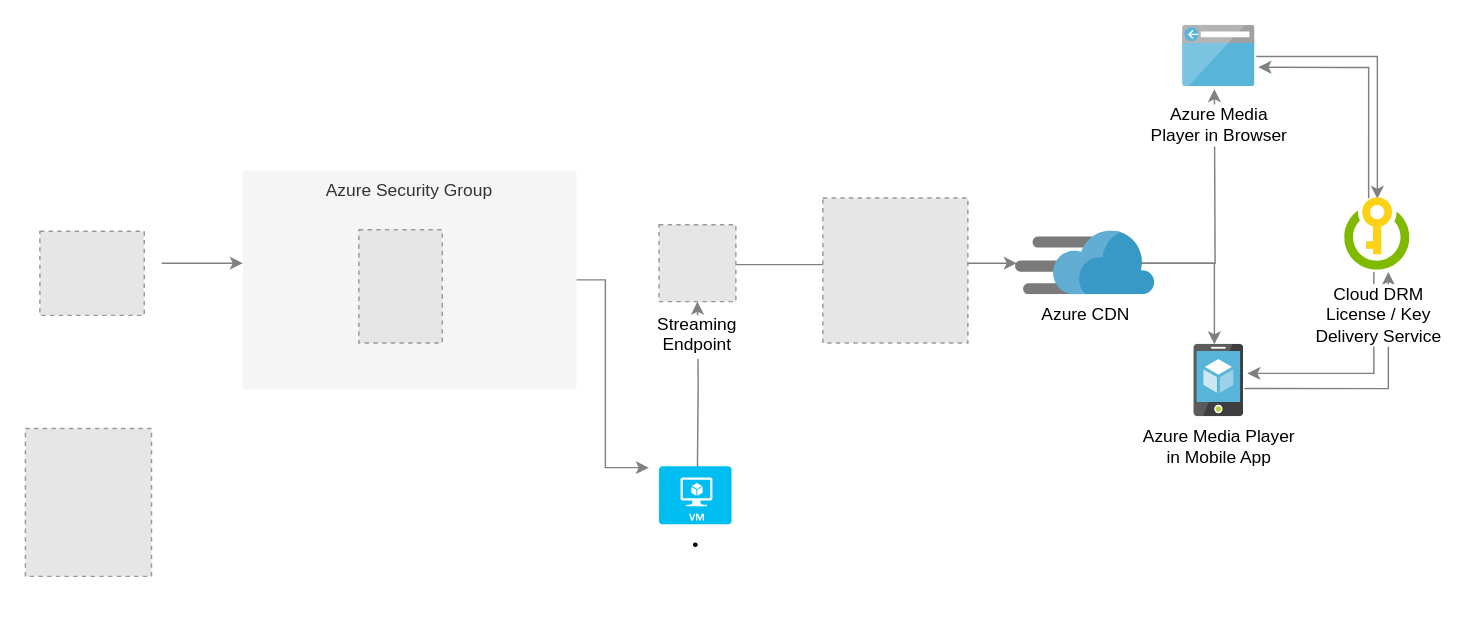
The draw.io diagram Untitled Diagram.drawio in yanalxy/yana, before the edit. Source tidied: cells renumbered, new cells numbered last; positions are measured from the earlier drawing's top-left corner, leaving out a move shared by most shapes. Both pictures are drawn from the tidied source at 145%, with x=0, y=0 at pixel (25, 25). Pictures stored in the file or linked from it are replaced by grey dashed boxes.
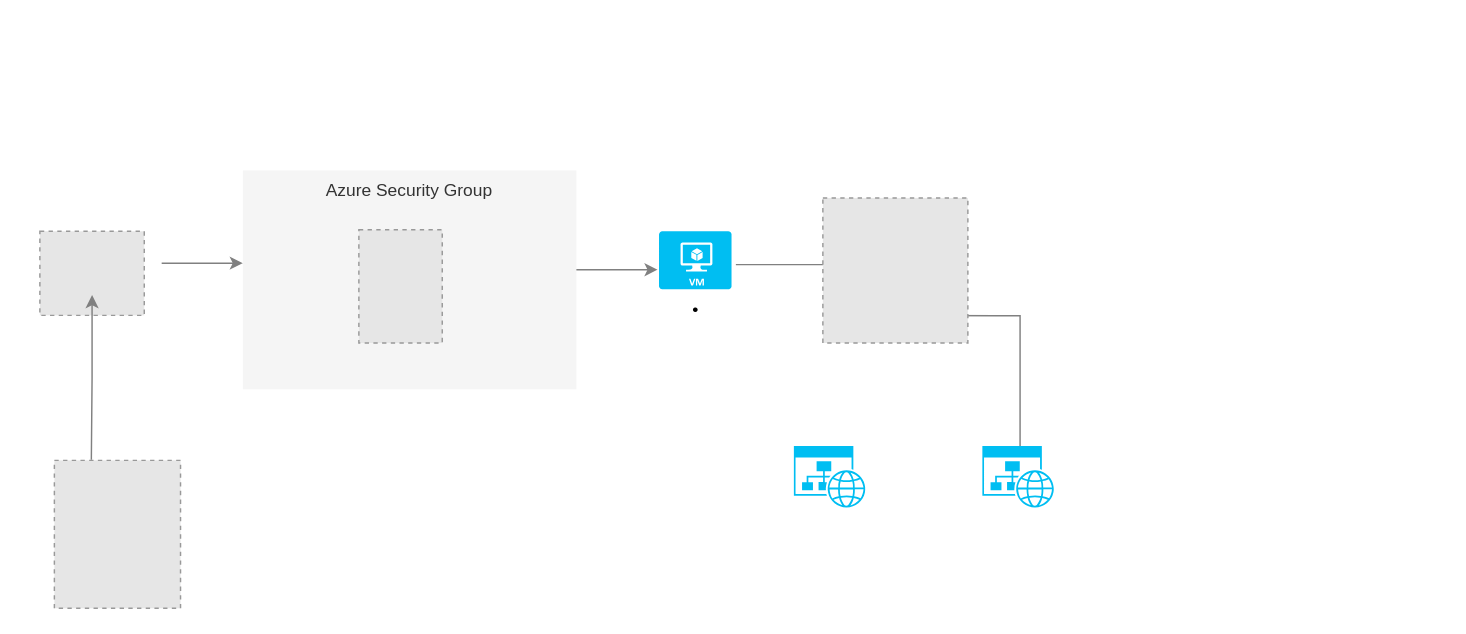
After the change.

Unchanged cells that the change refers to:
```xml
<mxCell id="13" value="Azure Security Group" style="rounded=0;whiteSpace=wrap;html=1;fillColor=#f5f5f5;strokeColor=none;fontColor=#333333;verticalAlign=top;" parent="1" vertex="1">
  <mxGeometry x="150" y="100" width="230" height="151" as="geometry" />
</mxCell>
```

What changed in the source:
```diff
@@
-    <mxCell id="2" style="edgeStyle=orthogonalEdgeStyle;rounded=0;jettySize=auto;html=1;strokeColor=#808080;entryX=1.064;entryY=0.4;entryDx=0;entryDy=0;entryPerimeter=0;" parent="1" edge="1" target="17">
-      <mxGeometry relative="1" as="geometry">
-        <mxPoint x="930" y="170" as="sourcePoint" />
-        <Array as="points">
-          <mxPoint x="930" y="240" />
-        </Array>
-      </mxGeometry>
-    </mxCell>
-    <mxCell id="3" style="edgeStyle=orthogonalEdgeStyle;rounded=0;jettySize=auto;html=1;strokeColor=#808080;" parent="1" edge="1" source="13">
-      <mxGeometry relative="1" as="geometry">
-        <mxPoint x="430" y="305" as="targetPoint" />
-        <Array as="points">
-          <mxPoint x="400" y="176" />
-          <mxPoint x="400" y="305" />
-        </Array>
-      </mxGeometry>
-    </mxCell>
@@
-    <mxCell id="6" style="edgeStyle=elbowEdgeStyle;rounded=0;jettySize=auto;html=1;entryX=-0.007;entryY=0.52;entryDx=0;entryDy=0;entryPerimeter=0;elbow=vertical;strokeColor=#808080;" parent="1" edge="1" source="14">
+    <mxCell id="6" style="edgeStyle=elbowEdgeStyle;rounded=0;orthogonalLoop=1;jettySize=auto;html=1;entryX=-0.007;entryY=0.52;entryDx=0;entryDy=0;entryPerimeter=0;elbow=vertical;strokeColor=#808080;" parent="1" edge="1">
       <mxGeometry relative="1" as="geometry">
+        <mxPoint x="490" y="165" as="sourcePoint" />
         <mxPoint x="574.7" y="165" as="targetPoint" />
       </mxGeometry>
     </mxCell>
-    <mxCell id="7" style="edgeStyle=orthogonalEdgeStyle;rounded=0;jettySize=auto;html=1;strokeColor=#808080;" parent="1" edge="1" target="14">
-      <mxGeometry relative="1" as="geometry">
-        <mxPoint x="463.5" y="304.5" as="sourcePoint" />
-      </mxGeometry>
-    </mxCell>
-    <mxCell id="8" style="edgeStyle=elbowEdgeStyle;rounded=0;orthogonalLoop=1;jettySize=auto;html=1;entryX=0.009;entryY=0.518;entryDx=0;entryDy=0;entryPerimeter=0;elbow=vertical;strokeColor=#808080;" parent="1" edge="1">
-      <mxGeometry relative="1" as="geometry">
-        <mxPoint x="621" y="164" as="sourcePoint" />
-        <mxPoint x="683.8" y="163.7" as="targetPoint" />
-        <Array as="points">
-          <mxPoint x="650" y="164" />
-        </Array>
-      </mxGeometry>
-    </mxCell>
-    <mxCell id="9" style="edgeStyle=orthogonalEdgeStyle;rounded=0;jettySize=auto;html=1;strokeColor=#808080;" parent="1" edge="1" source="15">
-      <mxGeometry relative="1" as="geometry">
-        <mxPoint x="820" y="44" as="targetPoint" />
-      </mxGeometry>
-    </mxCell>
-    <mxCell id="10" style="edgeStyle=orthogonalEdgeStyle;rounded=0;jettySize=auto;html=1;entryX=0.406;entryY=0;entryDx=0;entryDy=0;entryPerimeter=0;strokeColor=#808080;" parent="1" edge="1" source="15" target="17">
-      <mxGeometry relative="1" as="geometry" />
-    </mxCell>
-    <mxCell id="11" style="edgeStyle=orthogonalEdgeStyle;rounded=0;jettySize=auto;html=1;exitX=1.014;exitY=0.505;exitDx=0;exitDy=0;exitPerimeter=0;entryX=0.498;entryY=0.012;entryDx=0;entryDy=0;entryPerimeter=0;strokeColor=#808080;" parent="1" edge="1" source="16" target="18">
-      <mxGeometry relative="1" as="geometry" />
-    </mxCell>
-    <mxCell id="12" style="edgeStyle=orthogonalEdgeStyle;rounded=0;jettySize=auto;html=1;exitX=1.004;exitY=0.609;exitDx=0;exitDy=0;exitPerimeter=0;strokeColor=#808080;" parent="1" edge="1" source="17">
-      <mxGeometry relative="1" as="geometry">
-        <mxPoint x="940" y="170" as="targetPoint" />
-        <Array as="points">
-          <mxPoint x="940" y="250" />
-        </Array>
-      </mxGeometry>
-    </mxCell>
@@
-    <mxCell id="14" value="Streaming&#10;Endpoint&#10;" style="fillColor=#E6E6E6;strokeColor=#999999;dashed=1;verticalLabelPosition=bottom;labelBackgroundColor=#ffffff;verticalAlign=top;spacingTop=2;" parent="1" vertex="1">
-      <mxGeometry x="437" y="137.5" width="53" height="53" as="geometry" />
-    </mxCell>
-    <mxCell id="15" value="Azure CDN" style="html=1;perimeter=none;align=center;shadow=0;dashed=0;image;fontSize=12;image=img/lib/mscae/Content_Delivery_Network.svg;" parent="1" vertex="1">
-      <mxGeometry x="683" y="142" width="96" height="44" as="geometry" />
-    </mxCell>
-    <mxCell id="16" value="Azure Media&lt;br&gt;Player in Browser&lt;br&gt;" style="html=1;perimeter=none;align=center;shadow=0;dashed=0;image;fontSize=12;image=img/lib/mscae/Browser.svg;spacingTop=5;" parent="1" vertex="1">
-      <mxGeometry x="798.2" width="50" height="42.5" as="geometry" />
-    </mxCell>
-    <mxCell id="17" value="Azure Media Player&lt;br&gt;in Mobile App&lt;br&gt;" style="html=1;perimeter=none;align=center;shadow=0;dashed=0;image;fontSize=12;image=img/lib/mscae/App_Service_Mobile_App.svg;" parent="1" vertex="1">
-      <mxGeometry x="806" y="220" width="34.5" height="50" as="geometry" />
-    </mxCell>
-    <mxCell id="18" value="Cloud DRM&lt;br&gt;License / Key&lt;br&gt;Delivery Service&lt;br&gt;" style="html=1;perimeter=none;align=center;shadow=0;dashed=0;image;fontSize=12;image=img/lib/mscae/KeyVault.svg;spacingTop=3;" parent="1" vertex="1">
-      <mxGeometry x="910" y="119" width="45" height="50" as="geometry" />
-    </mxCell>
-    <mxCell id="19" style="edgeStyle=orthogonalEdgeStyle;rounded=0;jettySize=auto;html=1;exitX=0.364;exitY=0.004;exitDx=0;exitDy=0;exitPerimeter=0;entryX=1.043;entryY=0.678;entryDx=0;entryDy=0;entryPerimeter=0;strokeColor=#808080;" parent="1" edge="1" source="18" target="16">
+    <mxCell id="19" style="edgeStyle=orthogonalEdgeStyle;rounded=0;orthogonalLoop=1;jettySize=auto;html=1;exitX=0.364;exitY=0.004;exitDx=0;exitDy=0;exitPerimeter=0;entryX=1.043;entryY=0.678;entryDx=0;entryDy=0;entryPerimeter=0;strokeColor=#808080;" parent="1" edge="1">
       <mxGeometry relative="1" as="geometry">
+        <mxPoint x="686" y="290.4" as="sourcePoint" />
+        <mxPoint x="610" y="200" as="targetPoint" />
         <Array as="points">
-          <mxPoint x="926" y="29" />
-          <mxPoint x="910" y="29" />
+          <mxPoint x="685.6" y="200.2" />
+          <mxPoint x="669.6" y="200.2" />
         </Array>
       </mxGeometry>
     </mxCell>
     <mxCell id="20" style="fillColor=#E6E6E6;strokeColor=#999999;dashed=1;verticalLabelPosition=bottom;labelBackgroundColor=#ffffff;verticalAlign=top;" parent="1" vertex="1">
-      <mxGeometry y="278" width="87" height="102" as="geometry" />
+      <mxGeometry x="20" y="300" width="87" height="102" as="geometry" />
     </mxCell>
@@
     <mxCell id="24" value="•" style="verticalLabelPosition=bottom;html=1;verticalAlign=top;align=center;strokeColor=none;fillColor=#00BEF2;shape=mxgraph.azure.virtual_machine;" parent="1" vertex="1">
-      <mxGeometry x="437" y="304" width="50" height="40" as="geometry" />
+      <mxGeometry x="437" y="142" width="50" height="40" as="geometry" />
     </mxCell>
+    <mxCell id="25" style="edgeStyle=orthogonalEdgeStyle;rounded=0;orthogonalLoop=1;jettySize=auto;html=1;strokeColor=#808080;" parent="1" edge="1">
+      <mxGeometry relative="1" as="geometry">
+        <mxPoint x="45.5" y="299.5" as="sourcePoint" />
+        <mxPoint x="46" y="186" as="targetPoint" />
+      </mxGeometry>
+    </mxCell>
+    <mxCell id="26" style="verticalLabelPosition=bottom;html=1;verticalAlign=top;align=center;strokeColor=none;fillColor=#00BEF2;shape=mxgraph.azure.website_generic;" parent="1" vertex="1">
+      <mxGeometry x="530" y="290" width="50" height="42.5" as="geometry" />
+    </mxCell>
+    <mxCell id="27" style="verticalLabelPosition=bottom;html=1;verticalAlign=top;align=center;strokeColor=none;fillColor=#00BEF2;shape=mxgraph.azure.website_generic;" parent="1" vertex="1">
+      <mxGeometry x="660" y="290" width="50" height="42.5" as="geometry" />
+    </mxCell>
+    <mxCell id="28" style="edgeStyle=orthogonalEdgeStyle;rounded=0;orthogonalLoop=1;jettySize=auto;html=1;strokeColor=#808080;" parent="1" edge="1">
+      <mxGeometry relative="1" as="geometry">
+        <mxPoint x="380" y="168.5" as="sourcePoint" />
+        <mxPoint x="436" y="168.5" as="targetPoint" />
+        <Array as="points">
+          <mxPoint x="380" y="168.5" />
+          <mxPoint x="380" y="168.5" />
+        </Array>
+      </mxGeometry>
+    </mxCell>
```
